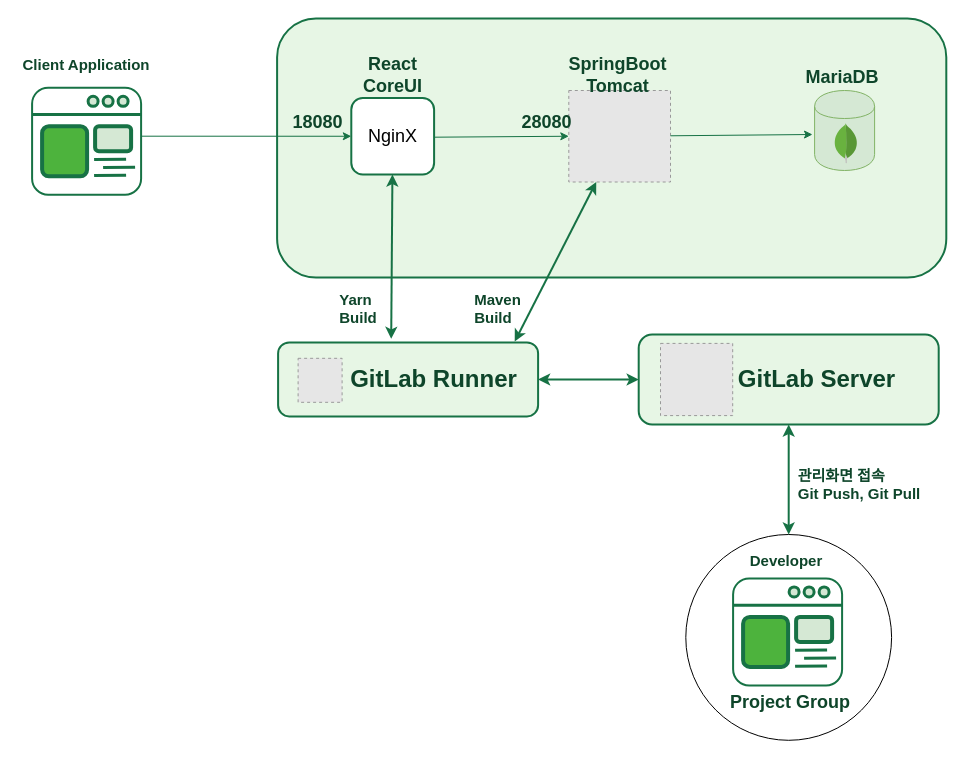
Before: page "보안팀개발 아키텍처" (16 of 16) of Untitled Diagram.drawio in nodeman/Kubernetes, a draw.io diagram. Source tidied: cells renumbered, new cells numbered last; positions are measured from the earlier drawing's top-left corner, leaving out a move shared by most shapes. Both pictures are drawn from the tidied source at 100%, with x=0, y=0 at pixel (16, 18). Pictures stored in the file or linked from it are replaced by grey dashed boxes.
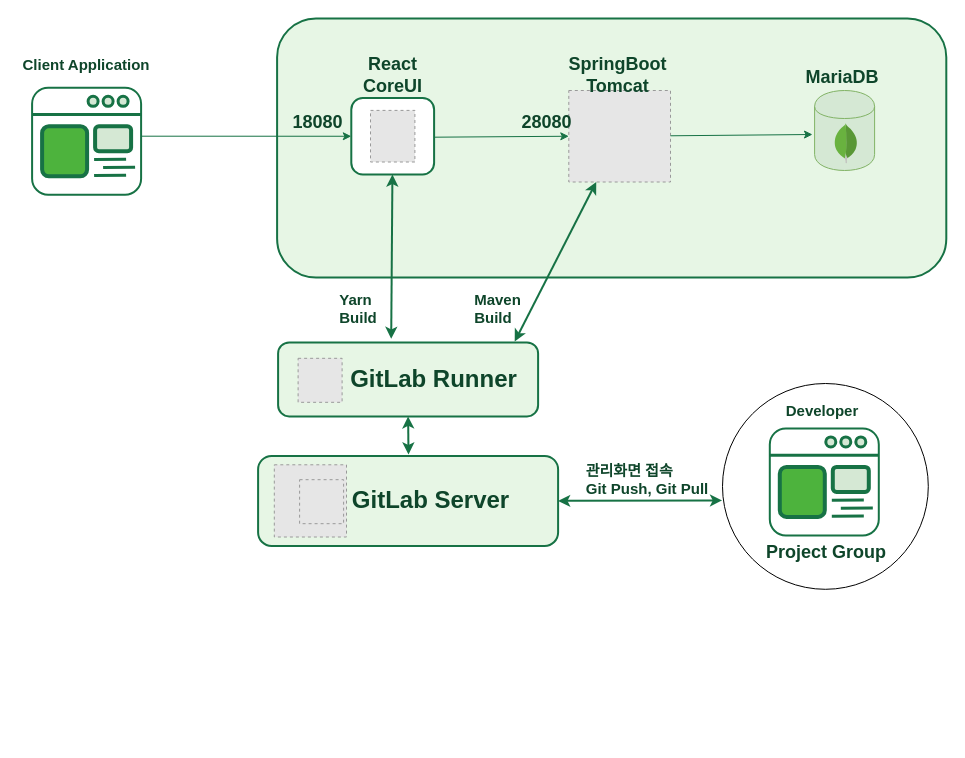
Above is the later version.

The change refers to these unchanged cells:
```xml
<mxCell id="2" style="rounded=1;whiteSpace=wrap;html=1;fontColor=#E7F6E5;fillColor=#E7F6E5;strokeWidth=2;strokeColor=#177245;" parent="1" vertex="1">
  <mxGeometry x="261.6" y="323.9" width="260" height="74" as="geometry" />
</mxCell>
<mxCell id="27" style="fillColor=#E6E6E6;strokeColor=#999999;dashed=1;verticalLabelPosition=bottom;labelBackgroundColor=#ffffff;verticalAlign=top;" parent="1" vertex="1">
  <mxGeometry x="552.3" y="72" width="101.7" height="91.5" as="geometry" />
</mxCell>
```

Change to the diagram source:
```diff
@@
     <mxCell id="3" style="rounded=1;whiteSpace=wrap;html=1;fontColor=#E7F6E5;fillColor=#E7F6E5;strokeWidth=2;strokeColor=#177245;" parent="1" vertex="1">
-      <mxGeometry x="622.2" y="316" width="300" height="90" as="geometry" />
+      <mxGeometry x="241.6" y="437.4" width="300" height="90" as="geometry" />
     </mxCell>
     <mxCell id="4" value="&lt;font style=&quot;font-size: 24px;&quot;&gt;GitLab Server&lt;/font&gt;" style="text;html=1;strokeColor=none;fillColor=none;align=center;verticalAlign=middle;whiteSpace=wrap;rounded=0;fontFamily=Quicksand;FType=g;fontStyle=1;fontSize=15;fontColor=#0E452A;" parent="1" vertex="1">
-      <mxGeometry x="715.4" y="351" width="170.8" height="20" as="geometry" />
+      <mxGeometry x="329.2" y="472.4" width="170.8" height="20" as="geometry" />
     </mxCell>
     <mxCell id="5" style="fillColor=#E6E6E6;strokeColor=#999999;dashed=1;verticalLabelPosition=bottom;labelBackgroundColor=default;verticalAlign=top;" parent="1" vertex="1">
-      <mxGeometry x="644" y="324.9" width="72.2" height="72.2" as="geometry" />
+      <mxGeometry x="257.8" y="446.3" width="72.2" height="72.2" as="geometry" />
     </mxCell>
     <mxCell id="6" style="ellipse;whiteSpace=wrap;html=1;labelBackgroundColor=#ffffff;fontFamily=Helvetica;fontSize=24;fontColor=default;strokeColor=default;fillColor=default;" parent="1" vertex="1">
-      <mxGeometry x="669.3" y="516" width="205.8" height="205.8" as="geometry" />
+      <mxGeometry x="706" y="365" width="205.8" height="205.8" as="geometry" />
     </mxCell>
     <mxCell id="7" style="rounded=1;whiteSpace=wrap;html=1;strokeWidth=2;fillColor=#FFFFFF;strokeColor=#177245;" parent="1" vertex="1">
-      <mxGeometry x="716.6" y="559.9" width="109" height="107" as="geometry" />
+      <mxGeometry x="753.3" y="409.9" width="109" height="107" as="geometry" />
     </mxCell>
@@
     <mxCell id="9" style="ellipse;whiteSpace=wrap;html=1;strokeWidth=3;fillColor=#d5e8d4;strokeColor=#177245;" parent="1" vertex="1">
-      <mxGeometry x="787.6" y="568.4" width="10" height="10" as="geometry" />
+      <mxGeometry x="824.3" y="418.4" width="10" height="10" as="geometry" />
     </mxCell>
     <mxCell id="10" style="ellipse;whiteSpace=wrap;html=1;strokeWidth=3;fillColor=#d5e8d4;strokeColor=#177245;" parent="1" vertex="1">
-      <mxGeometry x="802.6" y="568.4" width="10" height="10" as="geometry" />
+      <mxGeometry x="839.3" y="418.4" width="10" height="10" as="geometry" />
     </mxCell>
     <mxCell id="11" style="ellipse;whiteSpace=wrap;html=1;strokeWidth=3;fillColor=#d5e8d4;strokeColor=#177245;" parent="1" vertex="1">
-      <mxGeometry x="772.6" y="568.4" width="10" height="10" as="geometry" />
+      <mxGeometry x="809.3" y="418.4" width="10" height="10" as="geometry" />
     </mxCell>
     <mxCell id="12" style="rounded=1;whiteSpace=wrap;html=1;strokeWidth=4;strokeColor=#177245;fillColor=#4db33d;" parent="1" vertex="1">
-      <mxGeometry x="726.6" y="598.4" width="45" height="50" as="geometry" />
+      <mxGeometry x="763.3" y="448.4" width="45" height="50" as="geometry" />
     </mxCell>
     <mxCell id="13" style="rounded=1;whiteSpace=wrap;html=1;strokeWidth=4;fillColor=#d5e8d4;strokeColor=#177245;" parent="1" vertex="1">
-      <mxGeometry x="779.6" y="598.4" width="36" height="25" as="geometry" />
+      <mxGeometry x="816.3" y="448.4" width="36" height="25" as="geometry" />
     </mxCell>
     <mxCell id="14" style="endArrow=none;html=1;strokeWidth=3;exitX=0;exitY=0.25;exitDx=0;exitDy=0;fillColor=#d5e8d4;strokeColor=#177245;" parent="1" edge="1">
       <mxGeometry relative="1" as="geometry">
-        <mxPoint x="778.6" y="631.7" as="sourcePoint" />
-        <mxPoint x="810.6" y="631.4" as="targetPoint" />
+        <mxPoint x="815.3" y="481.7" as="sourcePoint" />
+        <mxPoint x="847.3" y="481.4" as="targetPoint" />
       </mxGeometry>
     </mxCell>
     <mxCell id="15" style="endArrow=none;html=1;strokeWidth=3;exitX=0;exitY=0.25;exitDx=0;exitDy=0;fillColor=#d5e8d4;strokeColor=#177245;" parent="1" edge="1">
       <mxGeometry relative="1" as="geometry">
-        <mxPoint x="787.6" y="639.7" as="sourcePoint" />
-        <mxPoint x="819.6" y="639.4" as="targetPoint" />
+        <mxPoint x="824.3" y="489.7" as="sourcePoint" />
+        <mxPoint x="856.3" y="489.4" as="targetPoint" />
       </mxGeometry>
     </mxCell>
     <mxCell id="16" style="endArrow=none;html=1;strokeWidth=3;exitX=0;exitY=0.25;exitDx=0;exitDy=0;fillColor=#d5e8d4;strokeColor=#177245;" parent="1" edge="1">
       <mxGeometry relative="1" as="geometry">
-        <mxPoint x="778.6" y="647.7" as="sourcePoint" />
-        <mxPoint x="810.6" y="647.4" as="targetPoint" />
+        <mxPoint x="815.3" y="497.7" as="sourcePoint" />
+        <mxPoint x="847.3" y="497.4" as="targetPoint" />
       </mxGeometry>
     </mxCell>
     <mxCell id="17" value="&lt;div&gt;&lt;font style=&quot;font-size: 15px&quot; face=&quot;Quicksand&quot;&gt;&lt;span&gt;Developer&lt;/span&gt;&lt;/font&gt;&lt;/div&gt;" style="text;html=1;strokeColor=none;fillColor=none;align=center;verticalAlign=middle;whiteSpace=wrap;rounded=0;fontColor=#0E452A;fontStyle=1;labelBackgroundColor=#ffffff;" parent="1" vertex="1">
-      <mxGeometry x="699.6" y="531.8" width="140" height="20" as="geometry" />
+      <mxGeometry x="736.3" y="381.8" width="140" height="20" as="geometry" />
     </mxCell>
     <mxCell id="18" value="&lt;font style=&quot;font-size: 18px;&quot; face=&quot;Quicksand&quot;&gt;Project Group&lt;/font&gt;" style="text;html=1;strokeColor=none;fillColor=none;align=center;verticalAlign=middle;whiteSpace=wrap;rounded=0;fontColor=#0E452A;fontStyle=1;labelBackgroundColor=#ffffff;" parent="1" vertex="1">
-      <mxGeometry x="703.7" y="673.8" width="140" height="20" as="geometry" />
+      <mxGeometry x="740.4" y="523.8" width="140" height="20" as="geometry" />
     </mxCell>
     <mxCell id="19" value="&lt;div style=&quot;text-align: left;&quot;&gt;&lt;div&gt;&lt;span style=&quot;font-size: 15px; font-family: Quicksand;&quot;&gt;관리화면 접속&lt;/span&gt;&lt;/div&gt;&lt;font style=&quot;text-align: center;&quot; face=&quot;Quicksand&quot;&gt;&lt;div style=&quot;text-align: left;&quot;&gt;&lt;span style=&quot;font-size: 15px;&quot;&gt;Git Push, Git Pull&lt;/span&gt;&lt;/div&gt;&lt;/font&gt;&lt;/div&gt;" style="text;html=1;strokeColor=none;fillColor=none;align=center;verticalAlign=middle;whiteSpace=wrap;rounded=0;fontColor=#0E452A;fontStyle=1;labelBackgroundColor=#ffffff;" parent="1" vertex="1">
-      <mxGeometry x="773.1" y="456" width="140" height="20" as="geometry" />
+      <mxGeometry x="561.2" y="450.9" width="140" height="20" as="geometry" />
     </mxCell>
@@
-    <mxCell id="28" value="&lt;font style=&quot;font-size: 18px;&quot;&gt;NginX&lt;/font&gt;" style="rounded=1;whiteSpace=wrap;html=1;strokeWidth=2;strokeColor=#177245;" parent="1" vertex="1">
+    <mxCell id="28" style="rounded=1;whiteSpace=wrap;html=1;strokeWidth=2;strokeColor=#177245;" parent="1" vertex="1">
       <mxGeometry x="334.8" y="79.5" width="82.8" height="76.5" as="geometry" />
     </mxCell>
@@
-    <mxCell id="32" style="endArrow=classic;startArrow=classic;html=1;fontSize=15;fontColor=#333333;strokeColor=#177245;strokeWidth=2;entryX=1;entryY=0.5;entryDx=0;entryDy=0;exitX=0;exitY=0.5;exitDx=0;exitDy=0;" parent="1" edge="1" source="3" target="2">
-      <mxGeometry relative="1" as="geometry" />
-    </mxCell>
-    <mxCell id="33" style="endArrow=classic;startArrow=classic;html=1;fontSize=15;fontColor=#333333;strokeColor=#177245;strokeWidth=2;entryX=0.5;entryY=0;entryDx=0;entryDy=0;exitX=0.5;exitY=1;exitDx=0;exitDy=0;" parent="1" edge="1" source="3" target="6">
+    <mxCell id="33" style="endArrow=classic;startArrow=classic;html=1;fontSize=15;fontColor=#333333;strokeColor=#177245;strokeWidth=2;entryX=-0.002;entryY=0.568;entryDx=0;entryDy=0;exitX=1;exitY=0.5;exitDx=0;exitDy=0;entryPerimeter=0;" parent="1" edge="1" source="3" target="6">
       <mxGeometry relative="1" as="geometry" />
     </mxCell>
@@
-    <mxCell id="35" style="endArrow=classic;startArrow=classic;html=1;fontSize=15;fontColor=#333333;strokeColor=#177245;strokeWidth=2;entryX=0.91;entryY=-0.012;entryDx=0;entryDy=0;entryPerimeter=0;" parent="1" edge="1" source="27" target="2">
-      <mxGeometry relative="1" as="geometry" />
-    </mxCell>
@@
+    <mxCell id="55" style="fillColor=#E6E6E6;strokeColor=#999999;dashed=1;verticalLabelPosition=bottom;labelBackgroundColor=default;verticalAlign=top;" parent="1" vertex="1">
+      <mxGeometry x="283.1" y="461.2" width="44" height="44" as="geometry" />
+    </mxCell>
+    <mxCell id="56" style="endArrow=classic;startArrow=classic;html=1;fontSize=15;fontColor=#333333;strokeColor=#177245;strokeWidth=2;entryX=0.91;entryY=-0.012;entryDx=0;entryDy=0;entryPerimeter=0;" parent="1" edge="1" source="27">
+      <mxGeometry relative="1" as="geometry">
+        <mxPoint x="498.2" y="323" as="targetPoint" />
+      </mxGeometry>
+    </mxCell>
+    <mxCell id="57" style="endArrow=classic;startArrow=classic;html=1;fontSize=15;fontColor=#333333;strokeColor=#177245;strokeWidth=2;exitX=0.5;exitY=1;exitDx=0;exitDy=0;" parent="1" edge="1" source="2">
+      <mxGeometry x="1" y="57" relative="1" as="geometry">
+        <mxPoint x="392" y="436" as="targetPoint" />
+        <mxPoint x="-46" y="56" as="offset" />
+      </mxGeometry>
+    </mxCell>
+    <mxCell id="58" style="fillColor=#E6E6E6;strokeColor=#999999;dashed=1;verticalLabelPosition=bottom;labelBackgroundColor=default;verticalAlign=top;" parent="1" vertex="1">
+      <mxGeometry x="354" y="91.9" width="44.4" height="51.6" as="geometry" />
+    </mxCell>
```
